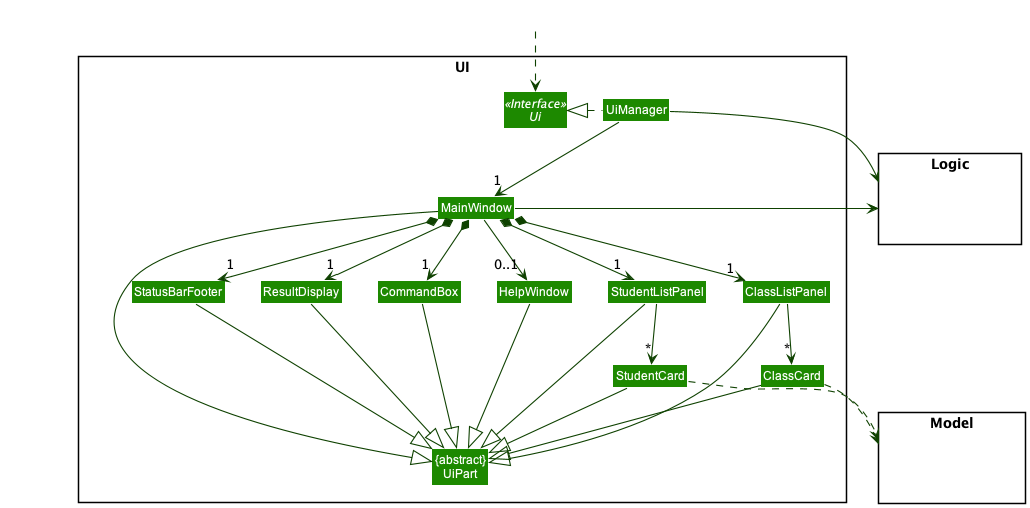
Earlier version of the PlantUML export docs/images/UiClassDiagram.png (nus-cs2103-AY2122S1/tp).
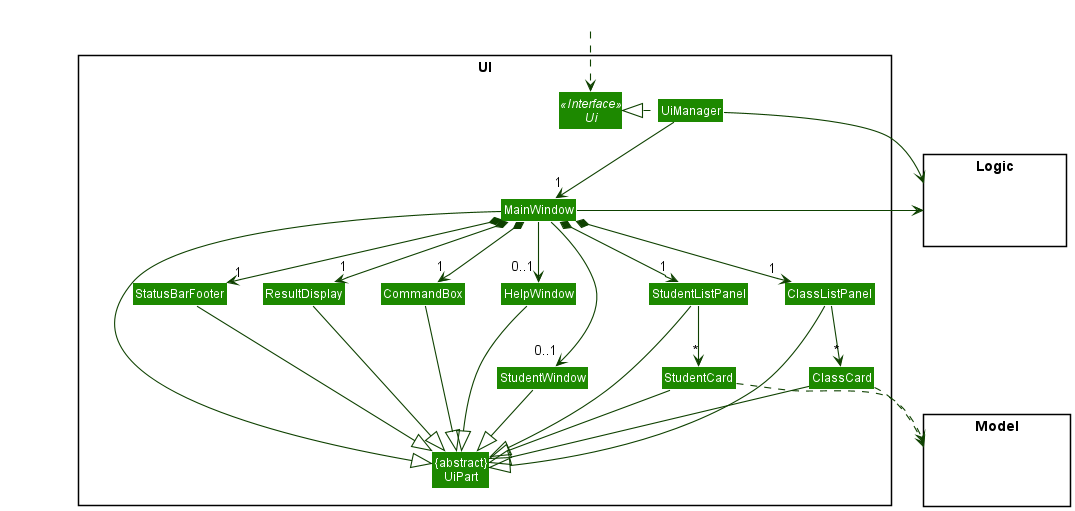
After the commit.

Commit message:
Add StudentWindow to UiClassDiagram

Change to the diagram source:
```diff
@@ -10,6 +10,7 @@
 Class UiManager
 Class MainWindow
 Class HelpWindow
+Class StudentWindow
 Class ResultDisplay
 Class StudentListPanel
 Class ClassListPanel
@@ -38,6 +39,7 @@
 MainWindow *-down-> "1" ClassListPanel
 MainWindow *-down-> "1" StatusBarFooter
 MainWindow --> "0..1" HelpWindow
+MainWindow --> "0..1" StudentWindow
 
 StudentListPanel -down-> "*" StudentCard
 ClassListPanel -down-> "*" ClassCard
@@ -52,6 +54,7 @@
 ClassCard --|> UiPart
 StatusBarFooter --|> UiPart
 HelpWindow --|> UiPart
+StudentWindow --|> UiPart
 
 ClassCard ..> Model
 StudentCard ..> Model
```
